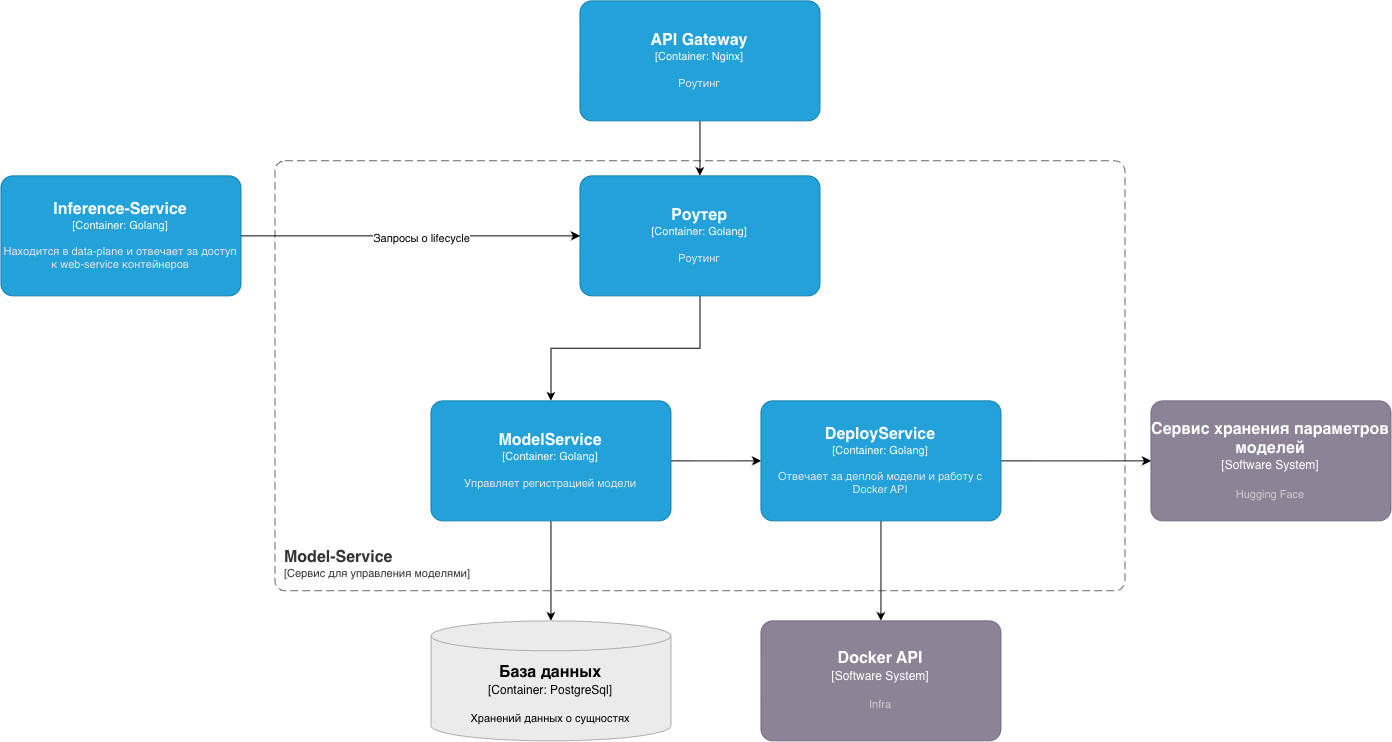
The draw.io diagram docs/img/C4-l3.png in jur4ikoff/inference-platform, before a commit. Source tidied: cells renumbered, new cells last; positions are measured from the earlier drawing's top-left corner, leaving out a move shared by most shapes.
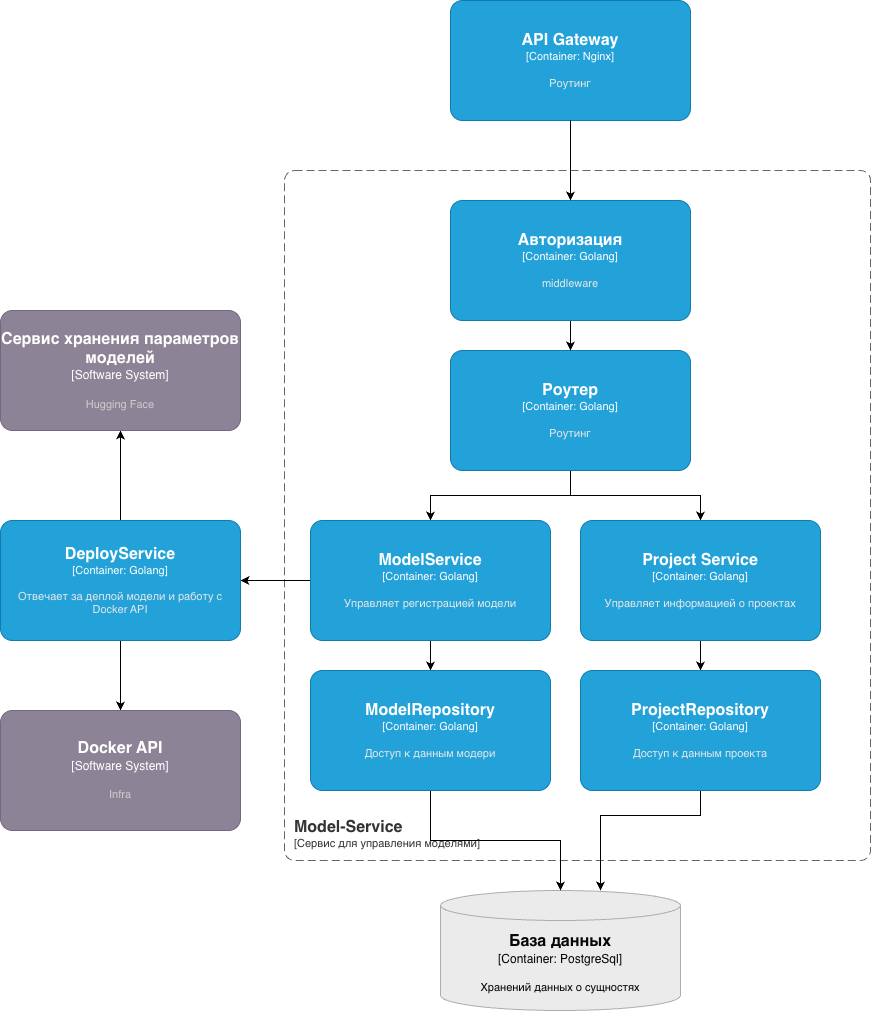
The same diagram one commit later.

The edit, as a diff of the source:
```diff
@@ -4,34 +4,34 @@
     <mxCell id="1" parent="0" />
     <object id="2" label="&lt;font style=&quot;font-size: 16px&quot;&gt;&lt;b&gt;&lt;div style=&quot;text-align: left&quot;&gt;%c4Name%&lt;/div&gt;&lt;/b&gt;&lt;/font&gt;&lt;div style=&quot;text-align: left&quot;&gt;[%c4Application%]&lt;/div&gt;" c4Application="Сервис для управления моделями" c4Name="Model-Service" c4Type="SystemScopeBoundary" placeholders="1">
       <mxCell style="rounded=1;fontSize=11;whiteSpace=wrap;html=1;dashed=1;arcSize=20;fillColor=none;strokeColor=#666666;fontColor=#333333;labelBackgroundColor=none;align=left;verticalAlign=bottom;labelBorderColor=none;spacingTop=0;spacing=10;dashPattern=8 4;perimeter=rectanglePerimeter;noLabel=0;labelPadding=0;absoluteArcSize=1;" parent="1" vertex="1">
-        <mxGeometry x="274" y="160" width="850" height="430" as="geometry" />
+        <mxGeometry x="274" y="-100" width="586" height="690" as="geometry" />
       </mxCell>
     </object>
-    <mxCell id="3" style="edgeStyle=orthogonalEdgeStyle;rounded=0;jettySize=auto;html=1;" parent="1" edge="1" source="4" target="6">
-      <mxGeometry relative="1" as="geometry" />
-    </mxCell>
     <object id="4" label="&lt;font style=&quot;font-size: 16px&quot;&gt;&lt;b&gt;%c4Name%&lt;/b&gt;&lt;/font&gt;&lt;div&gt;[%c4Type%: %c4Technology%]&lt;/div&gt;&lt;br&gt;&lt;div&gt;&lt;font style=&quot;font-size: 11px&quot;&gt;&lt;font color=&quot;#E6E6E6&quot;&gt;%c4Description%&lt;/font&gt;&lt;/div&gt;" c4Description="Роутинг" c4Name="API Gateway" c4Technology="Nginx" c4Type="Container" placeholders="1">
       <mxCell style="rounded=1;whiteSpace=wrap;html=1;fontSize=11;labelBackgroundColor=none;fillColor=#23A2D9;fontColor=#ffffff;align=center;arcSize=10;strokeColor=#0E7DAD;points=[[0.25,0,0],[0.5,0,0],[0.75,0,0],[1,0.25,0],[1,0.5,0],[1,0.75,0],[0.75,1,0],[0.5,1,0],[0.25,1,0],[0,0.75,0],[0,0.5,0],[0,0.25,0]];" parent="1" vertex="1">
-        <mxGeometry x="579" width="240" height="120" as="geometry" />
+        <mxGeometry x="440" y="-270" width="240" height="120" as="geometry" />
       </mxCell>
     </object>
     <mxCell id="5" style="edgeStyle=orthogonalEdgeStyle;rounded=0;jettySize=auto;html=1;" parent="1" edge="1" source="6" target="9">
       <mxGeometry relative="1" as="geometry" />
     </mxCell>
+    <mxCell id="19" style="edgeStyle=orthogonalEdgeStyle;rounded=0;jettySize=auto;html=1;" parent="1" edge="1" source="6" target="22">
+      <mxGeometry relative="1" as="geometry" />
+    </mxCell>
     <object id="6" label="&lt;font style=&quot;font-size: 16px&quot;&gt;&lt;b&gt;%c4Name%&lt;/b&gt;&lt;/font&gt;&lt;div&gt;[%c4Type%: %c4Technology%]&lt;/div&gt;&lt;br&gt;&lt;div&gt;&lt;font style=&quot;font-size: 11px&quot;&gt;&lt;font color=&quot;#E6E6E6&quot;&gt;%c4Description%&lt;/font&gt;&lt;/div&gt;" c4Description="Роутинг" c4Name="Роутер" c4Technology="Golang" c4Type="Container" placeholders="1">
       <mxCell style="rounded=1;whiteSpace=wrap;html=1;fontSize=11;labelBackgroundColor=none;fillColor=#23A2D9;fontColor=#ffffff;align=center;arcSize=10;strokeColor=#0E7DAD;points=[[0.25,0,0],[0.5,0,0],[0.75,0,0],[1,0.25,0],[1,0.5,0],[1,0.75,0],[0.75,1,0],[0.5,1,0],[0.25,1,0],[0,0.75,0],[0,0.5,0],[0,0.25,0]];" parent="1" vertex="1">
-        <mxGeometry x="579" y="175" width="240" height="120" as="geometry" />
+        <mxGeometry x="440" y="80" width="240" height="120" as="geometry" />
       </mxCell>
     </object>
     <mxCell id="7" style="edgeStyle=orthogonalEdgeStyle;rounded=0;jettySize=auto;html=1;" parent="1" edge="1" source="9" target="12">
       <mxGeometry relative="1" as="geometry" />
     </mxCell>
-    <mxCell id="8" style="edgeStyle=orthogonalEdgeStyle;rounded=0;jettySize=auto;html=1;" parent="1" edge="1" source="9" target="15">
-      <mxGeometry relative="1" as="geometry" />
-    </mxCell>
+    <mxCell id="20" style="edgeStyle=orthogonalEdgeStyle;rounded=0;jettySize=auto;html=1;" parent="1" edge="1" source="9" target="24">
+      <mxGeometry relative="1" as="geometry" />
+    </mxCell>
     <object id="9" label="&lt;font style=&quot;font-size: 16px&quot;&gt;&lt;b&gt;%c4Name%&lt;/b&gt;&lt;/font&gt;&lt;div&gt;[%c4Type%: %c4Technology%]&lt;/div&gt;&lt;br&gt;&lt;div&gt;&lt;font style=&quot;font-size: 11px&quot;&gt;&lt;font color=&quot;#E6E6E6&quot;&gt;%c4Description%&lt;/font&gt;&lt;/div&gt;" c4Description="Управляет регистрацией модели" c4Name="ModelService" c4Technology="Golang" c4Type="Container" placeholders="1">
       <mxCell style="rounded=1;whiteSpace=wrap;html=1;fontSize=11;labelBackgroundColor=none;fillColor=#23A2D9;fontColor=#ffffff;align=center;arcSize=10;strokeColor=#0E7DAD;points=[[0.25,0,0],[0.5,0,0],[0.75,0,0],[1,0.25,0],[1,0.5,0],[1,0.75,0],[0.75,1,0],[0.5,1,0],[0.25,1,0],[0,0.75,0],[0,0.5,0],[0,0.25,0]];" parent="1" vertex="1">
-        <mxGeometry x="430" y="400" width="240" height="120" as="geometry" />
+        <mxGeometry x="300" y="250" width="240" height="120" as="geometry" />
       </mxCell>
     </object>
     <mxCell id="10" style="edgeStyle=orthogonalEdgeStyle;rounded=0;jettySize=auto;html=1;" parent="1" edge="1" source="12" target="13">
@@ -42,17 +42,17 @@
     </mxCell>
     <object id="12" label="&lt;font style=&quot;font-size: 16px&quot;&gt;&lt;b&gt;%c4Name%&lt;/b&gt;&lt;/font&gt;&lt;div&gt;[%c4Type%: %c4Technology%]&lt;/div&gt;&lt;br&gt;&lt;div&gt;&lt;font style=&quot;font-size: 11px&quot;&gt;&lt;font color=&quot;#E6E6E6&quot;&gt;%c4Description%&lt;/font&gt;&lt;/div&gt;" c4Description="Отвечает за деплой модели и работу с Docker API" c4Name="DeployService" c4Technology="Golang" c4Type="Container" placeholders="1">
       <mxCell style="rounded=1;whiteSpace=wrap;html=1;fontSize=11;labelBackgroundColor=none;fillColor=#23A2D9;fontColor=#ffffff;align=center;arcSize=10;strokeColor=#0E7DAD;points=[[0.25,0,0],[0.5,0,0],[0.75,0,0],[1,0.25,0],[1,0.5,0],[1,0.75,0],[0.75,1,0],[0.5,1,0],[0.25,1,0],[0,0.75,0],[0,0.5,0],[0,0.25,0]];" parent="1" vertex="1">
-        <mxGeometry x="760" y="400" width="240" height="120" as="geometry" />
+        <mxGeometry x="-10" y="250" width="240" height="120" as="geometry" />
       </mxCell>
     </object>
     <object id="13" label="&lt;font style=&quot;font-size: 16px&quot;&gt;&lt;b&gt;%c4Name%&lt;/b&gt;&lt;/font&gt;&lt;div&gt;[%c4Type%]&lt;/div&gt;&lt;br&gt;&lt;div&gt;&lt;font style=&quot;font-size: 11px&quot;&gt;&lt;font color=&quot;#cccccc&quot;&gt;%c4Description%&lt;/font&gt;&lt;/div&gt;" c4Description="Hugging Face" c4Name="Сервис хранения параметров моделей" c4Type="Software System" placeholders="1">
       <mxCell style="rounded=1;whiteSpace=wrap;html=1;labelBackgroundColor=none;fillColor=#8C8496;fontColor=#ffffff;align=center;arcSize=10;strokeColor=#736782;points=[[0.25,0,0],[0.5,0,0],[0.75,0,0],[1,0.25,0],[1,0.5,0],[1,0.75,0],[0.75,1,0],[0.5,1,0],[0.25,1,0],[0,0.75,0],[0,0.5,0],[0,0.25,0]];" parent="1" vertex="1">
-        <mxGeometry x="1150" y="400" width="240" height="120" as="geometry" />
+        <mxGeometry x="-10" y="40" width="240" height="120" as="geometry" />
       </mxCell>
     </object>
     <object id="14" label="&lt;font style=&quot;font-size: 16px&quot;&gt;&lt;b&gt;%c4Name%&lt;/b&gt;&lt;/font&gt;&lt;div&gt;[%c4Type%]&lt;/div&gt;&lt;br&gt;&lt;div&gt;&lt;font style=&quot;font-size: 11px&quot;&gt;&lt;font color=&quot;#cccccc&quot;&gt;%c4Description%&lt;/font&gt;&lt;/div&gt;" c4Description="Infra" c4Name="Docker API" c4Type="Software System" placeholders="1">
       <mxCell style="rounded=1;whiteSpace=wrap;html=1;labelBackgroundColor=none;fillColor=#8C8496;fontColor=#ffffff;align=center;arcSize=10;strokeColor=#736782;points=[[0.25,0,0],[0.5,0,0],[0.75,0,0],[1,0.25,0],[1,0.5,0],[1,0.75,0],[0.75,1,0],[0.5,1,0],[0.25,1,0],[0,0.75,0],[0,0.5,0],[0,0.25,0]];" parent="1" vertex="1">
-        <mxGeometry x="760" y="620" width="240" height="120" as="geometry" />
+        <mxGeometry x="-10" y="440" width="240" height="120" as="geometry" />
       </mxCell>
     </object>
     <object id="15" label="&lt;font style=&quot;font-size: 16px&quot;&gt;&lt;b&gt;%c4Name%&lt;/b&gt;&lt;/font&gt;&lt;div&gt;[%c4Type%:&amp;nbsp;%c4Technology%]&lt;/div&gt;&lt;br&gt;&lt;div&gt;&lt;font style=&quot;font-size: 11px&quot;&gt;&lt;font&gt;%c4Description%&lt;/font&gt;&lt;/font&gt;&lt;/div&gt;" c4Description="Хранений данных о сущностях" c4Name="База данных" c4Technology="PostgreSql" c4Type="Container" placeholders="1">
@@ -60,20 +60,45 @@
         <mxGeometry x="430" y="620" width="240" height="120" as="geometry" />
       </mxCell>
     </object>
-    <object id="16" label="&lt;font style=&quot;font-size: 16px&quot;&gt;&lt;b&gt;%c4Name%&lt;/b&gt;&lt;/font&gt;&lt;div&gt;[%c4Type%: %c4Technology%]&lt;/div&gt;&lt;br&gt;&lt;div&gt;&lt;font style=&quot;font-size: 11px&quot;&gt;&lt;font color=&quot;#E6E6E6&quot;&gt;%c4Description%&lt;/font&gt;&lt;/div&gt;" c4Description="Находится в data-plane и отвечает за доступ к web-service контейнеров" c4Name="Inference-Service" c4Technology="Golang" c4Type="Container" placeholders="1">
-      <mxCell style="rounded=1;whiteSpace=wrap;html=1;fontSize=11;labelBackgroundColor=none;fillColor=#23A2D9;fontColor=#ffffff;align=center;arcSize=10;strokeColor=#0E7DAD;points=[[0.25,0,0],[0.5,0,0],[0.75,0,0],[1,0.25,0],[1,0.5,0],[1,0.75,0],[0.75,1,0],[0.5,1,0],[0.25,1,0],[0,0.75,0],[0,0.5,0],[0,0.25,0]];" parent="1" vertex="1">
-        <mxGeometry y="175" width="240" height="120" as="geometry" />
-      </mxCell>
-    </object>
-    <mxCell id="17" style="edgeStyle=orthogonalEdgeStyle;rounded=0;jettySize=auto;html=1;" parent="1" edge="1" source="16" target="6">
-      <mxGeometry relative="1" as="geometry">
-        <Array as="points">
-          <mxPoint x="10" y="240" />
-        </Array>
-      </mxGeometry>
-    </mxCell>
-    <mxCell id="18" value="Запросы о lifecycle" style="edgeLabel;html=1;align=center;verticalAlign=middle;" parent="17" vertex="1">
-      <mxGeometry x="0.07" y="-2" relative="1" as="geometry" />
-    </mxCell>
+    <mxCell id="21" style="edgeStyle=orthogonalEdgeStyle;rounded=0;jettySize=auto;html=1;" parent="1" edge="1" source="22" target="26">
+      <mxGeometry relative="1" as="geometry" />
+    </mxCell>
+    <object id="22" label="&lt;font style=&quot;font-size: 16px&quot;&gt;&lt;b&gt;%c4Name%&lt;/b&gt;&lt;/font&gt;&lt;div&gt;[%c4Type%: %c4Technology%]&lt;/div&gt;&lt;br&gt;&lt;div&gt;&lt;font style=&quot;font-size: 11px&quot;&gt;&lt;font color=&quot;#E6E6E6&quot;&gt;%c4Description%&lt;/font&gt;&lt;/div&gt;" c4Description="Управляет информацией о проектах" c4Name="Project Service" c4Technology="Golang" c4Type="Container" placeholders="1">
+      <mxCell style="rounded=1;whiteSpace=wrap;html=1;fontSize=11;labelBackgroundColor=none;fillColor=#23A2D9;fontColor=#ffffff;align=center;arcSize=10;strokeColor=#0E7DAD;points=[[0.25,0,0],[0.5,0,0],[0.75,0,0],[1,0.25,0],[1,0.5,0],[1,0.75,0],[0.75,1,0],[0.5,1,0],[0.25,1,0],[0,0.75,0],[0,0.5,0],[0,0.25,0]];" parent="1" vertex="1">
+        <mxGeometry x="570" y="250" width="240" height="120" as="geometry" />
+      </mxCell>
+    </object>
+    <mxCell id="23" style="edgeStyle=orthogonalEdgeStyle;rounded=0;jettySize=auto;html=1;" parent="1" edge="1" source="24" target="15">
+      <mxGeometry relative="1" as="geometry" />
+    </mxCell>
+    <object id="24" label="&lt;font style=&quot;font-size: 16px&quot;&gt;&lt;b&gt;%c4Name%&lt;/b&gt;&lt;/font&gt;&lt;div&gt;[%c4Type%: %c4Technology%]&lt;/div&gt;&lt;br&gt;&lt;div&gt;&lt;font style=&quot;font-size: 11px&quot;&gt;&lt;font color=&quot;#E6E6E6&quot;&gt;%c4Description%&lt;/font&gt;&lt;/div&gt;" c4Description="Доступ к данным модери" c4Name="ModelRepository" c4Technology="Golang" c4Type="Container" placeholders="1">
+      <mxCell style="rounded=1;whiteSpace=wrap;html=1;fontSize=11;labelBackgroundColor=none;fillColor=#23A2D9;fontColor=#ffffff;align=center;arcSize=10;strokeColor=#0E7DAD;points=[[0.25,0,0],[0.5,0,0],[0.75,0,0],[1,0.25,0],[1,0.5,0],[1,0.75,0],[0.75,1,0],[0.5,1,0],[0.25,1,0],[0,0.75,0],[0,0.5,0],[0,0.25,0]];" parent="1" vertex="1">
+        <mxGeometry x="300" y="400" width="240" height="120" as="geometry" />
+      </mxCell>
+    </object>
+    <mxCell id="25" style="edgeStyle=orthogonalEdgeStyle;rounded=0;jettySize=auto;html=1;" parent="1" edge="1" source="26" target="15">
+      <mxGeometry x="0.16" relative="1" as="geometry">
+        <Array as="points">
+          <mxPoint x="690" y="545" />
+          <mxPoint x="590" y="545" />
+        </Array>
+      </mxGeometry>
+    </mxCell>
+    <object id="26" label="&lt;font style=&quot;font-size: 16px&quot;&gt;&lt;b&gt;%c4Name%&lt;/b&gt;&lt;/font&gt;&lt;div&gt;[%c4Type%: %c4Technology%]&lt;/div&gt;&lt;br&gt;&lt;div&gt;&lt;font style=&quot;font-size: 11px&quot;&gt;&lt;font color=&quot;#E6E6E6&quot;&gt;%c4Description%&lt;/font&gt;&lt;/div&gt;" c4Description="Доступ к данным проекта" c4Name="ProjectRepository" c4Technology="Golang" c4Type="Container" placeholders="1">
+      <mxCell style="rounded=1;whiteSpace=wrap;html=1;fontSize=11;labelBackgroundColor=none;fillColor=#23A2D9;fontColor=#ffffff;align=center;arcSize=10;strokeColor=#0E7DAD;points=[[0.25,0,0],[0.5,0,0],[0.75,0,0],[1,0.25,0],[1,0.5,0],[1,0.75,0],[0.75,1,0],[0.5,1,0],[0.25,1,0],[0,0.75,0],[0,0.5,0],[0,0.25,0]];" parent="1" vertex="1">
+        <mxGeometry x="570" y="400" width="240" height="120" as="geometry" />
+      </mxCell>
+    </object>
+    <mxCell id="27" style="edgeStyle=orthogonalEdgeStyle;rounded=0;jettySize=auto;html=1;" parent="1" edge="1" source="28" target="6">
+      <mxGeometry relative="1" as="geometry" />
+    </mxCell>
+    <object id="28" label="&lt;font style=&quot;font-size: 16px&quot;&gt;&lt;b&gt;%c4Name%&lt;/b&gt;&lt;/font&gt;&lt;div&gt;[%c4Type%: %c4Technology%]&lt;/div&gt;&lt;br&gt;&lt;div&gt;&lt;font style=&quot;font-size: 11px&quot;&gt;&lt;font color=&quot;#E6E6E6&quot;&gt;%c4Description%&lt;/font&gt;&lt;/div&gt;" c4Description="middleware" c4Name="Авторизация" c4Technology="Golang" c4Type="Container" placeholders="1">
+      <mxCell style="rounded=1;whiteSpace=wrap;html=1;fontSize=11;labelBackgroundColor=none;fillColor=#23A2D9;fontColor=#ffffff;align=center;arcSize=10;strokeColor=#0E7DAD;points=[[0.25,0,0],[0.5,0,0],[0.75,0,0],[1,0.25,0],[1,0.5,0],[1,0.75,0],[0.75,1,0],[0.5,1,0],[0.25,1,0],[0,0.75,0],[0,0.5,0],[0,0.25,0]];" parent="1" vertex="1">
+        <mxGeometry x="440" y="-70" width="240" height="120" as="geometry" />
+      </mxCell>
+    </object>
+    <mxCell id="29" style="edgeStyle=orthogonalEdgeStyle;rounded=0;jettySize=auto;html=1;entryX=0.5;entryY=0;entryDx=0;entryDy=0;entryPerimeter=0;" parent="1" edge="1" source="4" target="28">
+      <mxGeometry relative="1" as="geometry" />
+    </mxCell>
   </root>
 </mxGraphModel>
```
